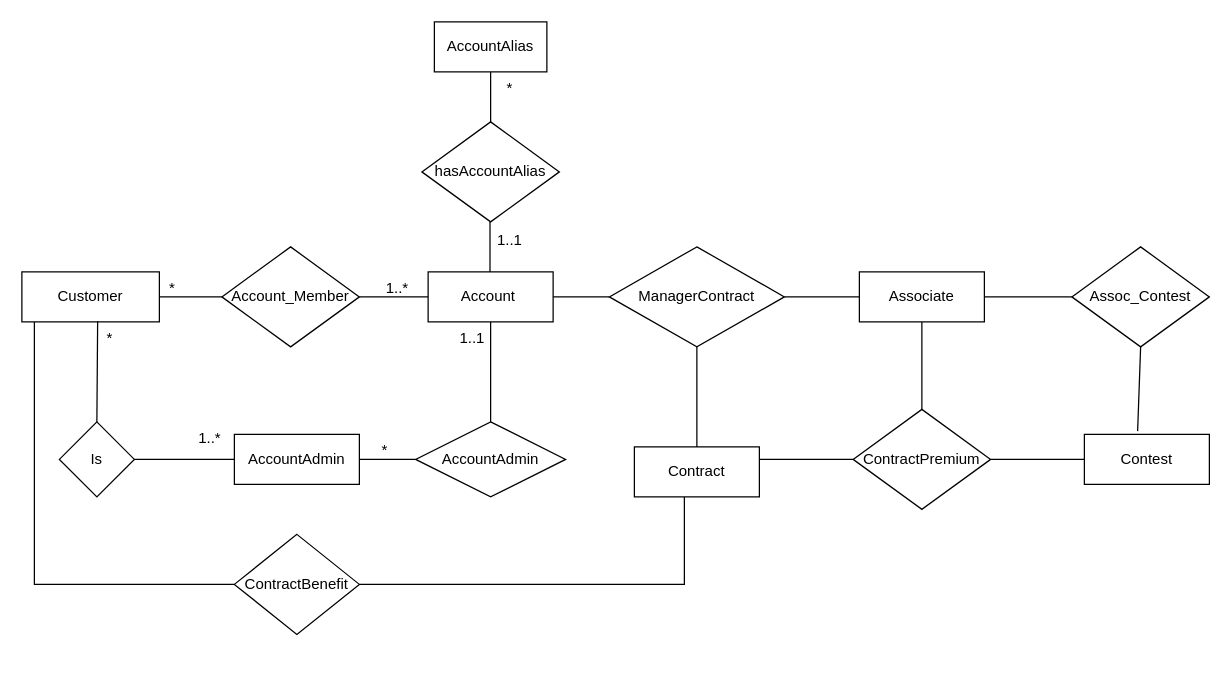
HanquanL/c_practices keeps this draw.io diagram as page "Page-1" (1 of 2) of dsm-project-p1.drawio. Above is the earlier version. Source tidied: cells renumbered, new cells numbered last; positions are measured from the earlier drawing's top-left corner, leaving out a move shared by most shapes. Both pictures are drawn from the tidied source at 125%, with x=0, y=0 at pixel (21, 21).
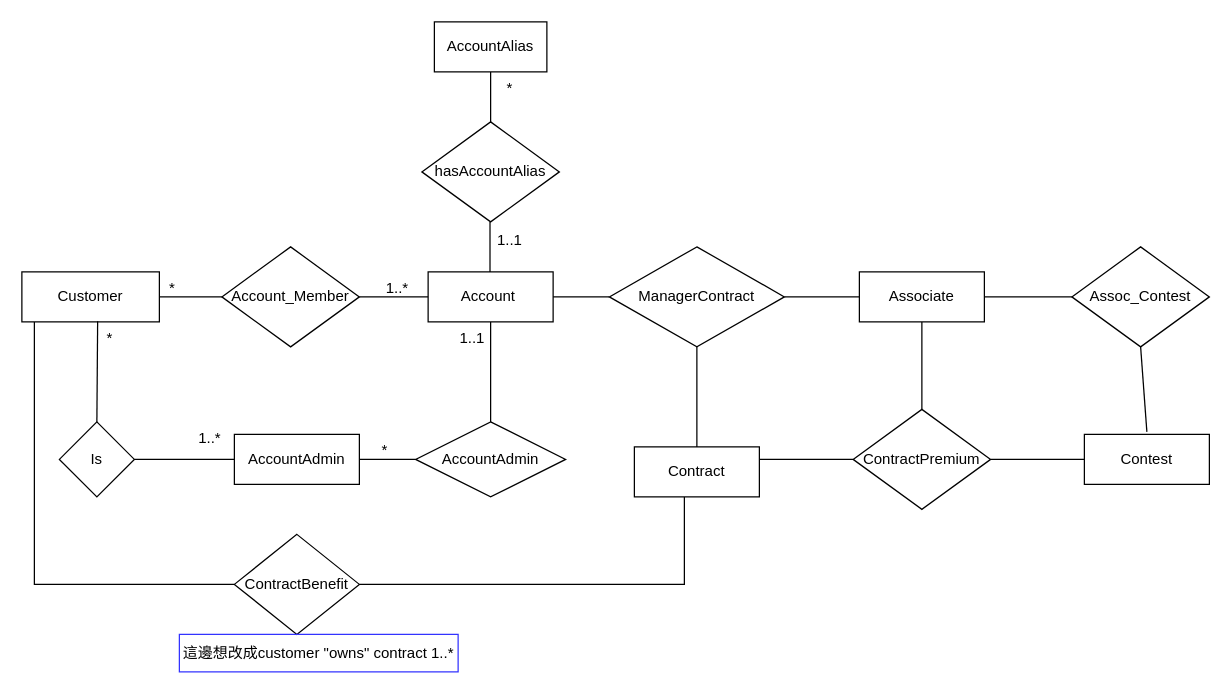
After the change.

The change refers to these unchanged cells:
```xml
<mxCell id="35" value="Contest" style="rounded=0;whiteSpace=wrap;html=1;" parent="1" vertex="1">
  <mxGeometry x="850" y="330" width="100" height="40" as="geometry" />
</mxCell>
<mxCell id="37" value="Assoc_Contest" style="rhombus;whiteSpace=wrap;html=1;" parent="1" vertex="1">
  <mxGeometry x="840" y="180" width="110" height="80" as="geometry" />
</mxCell>
```

Change to the diagram source:
```diff
@@
-    <mxCell id="38" style="endArrow=none;html=1;rounded=0;entryX=0.5;entryY=1;entryDx=0;entryDy=0;exitX=0.426;exitY=-0.065;exitDx=0;exitDy=0;exitPerimeter=0;" parent="1" edge="1" source="35" target="37">
-      <mxGeometry relative="1" as="geometry" />
+    <mxCell id="38" style="endArrow=none;html=1;rounded=0;entryX=0.5;entryY=1;entryDx=0;entryDy=0;" parent="1" edge="1" target="37">
+      <mxGeometry relative="1" as="geometry">
+        <mxPoint x="900" y="328" as="sourcePoint" />
+      </mxGeometry>
     </mxCell>
@@
+    <mxCell id="43" value="這邊想改成customer &quot;owns&quot; contract 1..*" style="text;html=1;align=center;verticalAlign=middle;whiteSpace=wrap;rounded=0;strokeColor=#3333FF;" parent="1" vertex="1">
+      <mxGeometry x="126" y="490" width="223" height="30" as="geometry" />
+    </mxCell>
```
